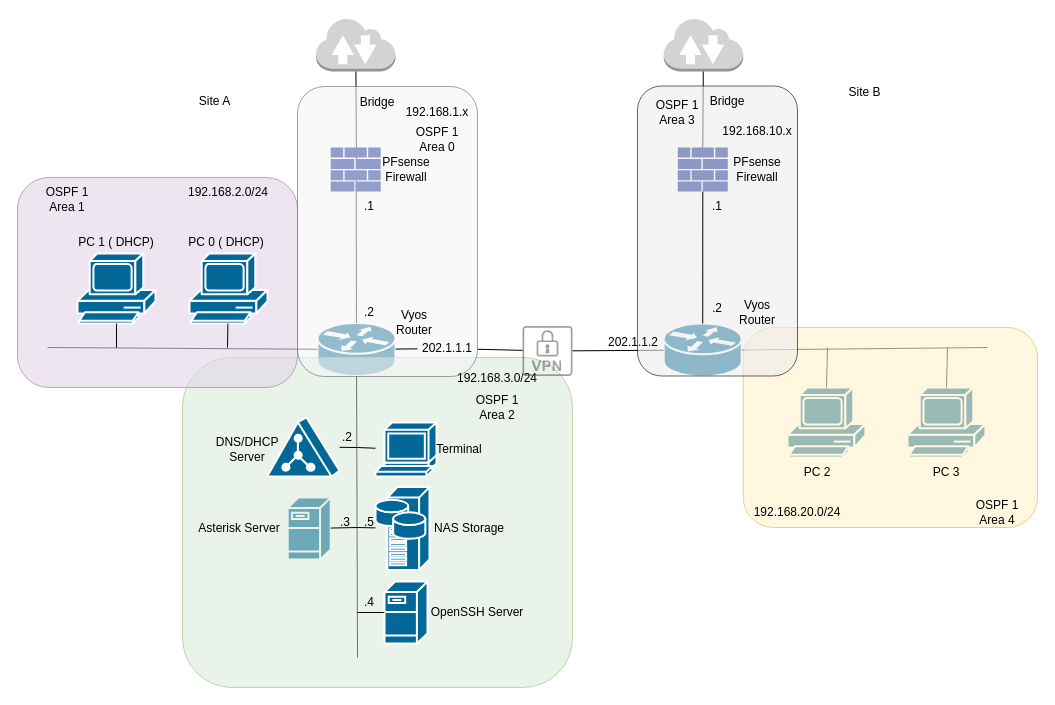
The draw.io diagram CapstoneNetDiag.drawio in Ssinghal98/Testing-stuff, before the edit. Source tidied: cells renumbered, new cells numbered last; positions are measured from the earlier drawing's top-left corner, leaving out a move shared by most shapes. Both pictures are drawn from the tidied source at 100%, with x=0, y=0 at pixel (17, 17).
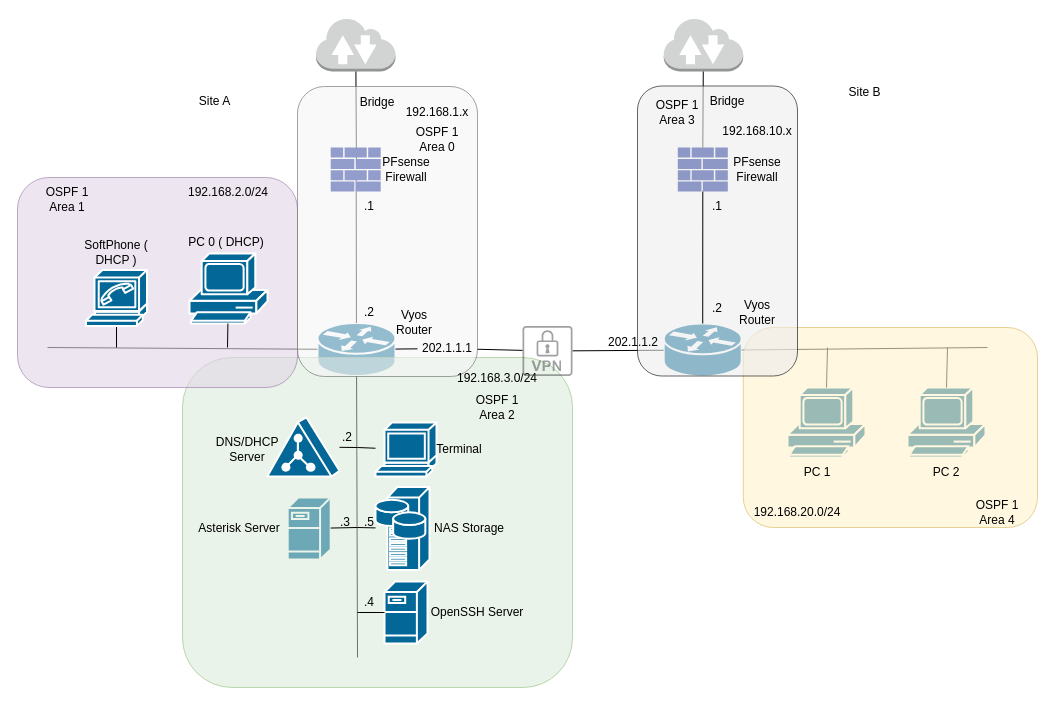
The same diagram, later.

Change to the diagram source:
```diff
@@
-    <mxCell id="34" style="shape=mxgraph.cisco.computers_and_peripherals.pc;sketch=0;html=1;dashed=0;fillColor=#036897;strokeColor=#ffffff;strokeWidth=2;verticalLabelPosition=bottom;verticalAlign=top;align=center;outlineConnect=0;" parent="1" vertex="1">
-      <mxGeometry x="60" y="236" width="78" height="70" as="geometry" />
-    </mxCell>
@@
-    <mxCell id="36" style="endArrow=none;html=1;rounded=0;" parent="1" edge="1" target="34">
+    <mxCell id="36" style="endArrow=none;html=1;rounded=0;" parent="1" edge="1">
       <mxGeometry relative="1" as="geometry">
         <mxPoint x="99" y="330" as="sourcePoint" />
+        <mxPoint x="99" y="306" as="targetPoint" />
       </mxGeometry>
     </mxCell>
@@
-    <mxCell id="67" value="PC 2" style="text;html=1;strokeColor=none;fillColor=none;align=center;verticalAlign=middle;whiteSpace=wrap;rounded=0;opacity=50;" parent="1" vertex="1">
+    <mxCell id="67" value="PC 1" style="text;html=1;strokeColor=none;fillColor=none;align=center;verticalAlign=middle;whiteSpace=wrap;rounded=0;opacity=50;" parent="1" vertex="1">
       <mxGeometry x="770.2" y="439.5" width="60" height="30" as="geometry" />
     </mxCell>
-    <mxCell id="68" value="PC 1 ( DHCP)" style="text;html=1;strokeColor=none;fillColor=none;align=center;verticalAlign=middle;whiteSpace=wrap;rounded=0;opacity=50;" parent="1" vertex="1">
-      <mxGeometry x="55" y="210" width="88" height="30" as="geometry" />
+    <mxCell id="68" value="SoftPhone ( DHCP )" style="text;html=1;strokeColor=none;fillColor=none;align=center;verticalAlign=middle;whiteSpace=wrap;rounded=0;opacity=50;" parent="1" vertex="1">
+      <mxGeometry x="55" y="219.5" width="88" height="30" as="geometry" />
     </mxCell>
@@
-    <mxCell id="71" value="PC 3" style="text;html=1;strokeColor=none;fillColor=none;align=center;verticalAlign=middle;whiteSpace=wrap;rounded=0;opacity=50;" parent="1" vertex="1">
+    <mxCell id="71" value="PC 2" style="text;html=1;strokeColor=none;fillColor=none;align=center;verticalAlign=middle;whiteSpace=wrap;rounded=0;opacity=50;" parent="1" vertex="1">
       <mxGeometry x="899" y="440" width="60" height="30" as="geometry" />
     </mxCell>
@@
+    <mxCell id="79" style="shape=mxgraph.cisco.modems_and_phones.softphone;sketch=0;html=1;dashed=0;fillColor=#036897;strokeColor=#ffffff;strokeWidth=2;verticalLabelPosition=bottom;verticalAlign=top;align=center;" parent="1" vertex="1">
+      <mxGeometry x="68.5" y="252.5" width="61" height="56" as="geometry" />
+    </mxCell>
```
